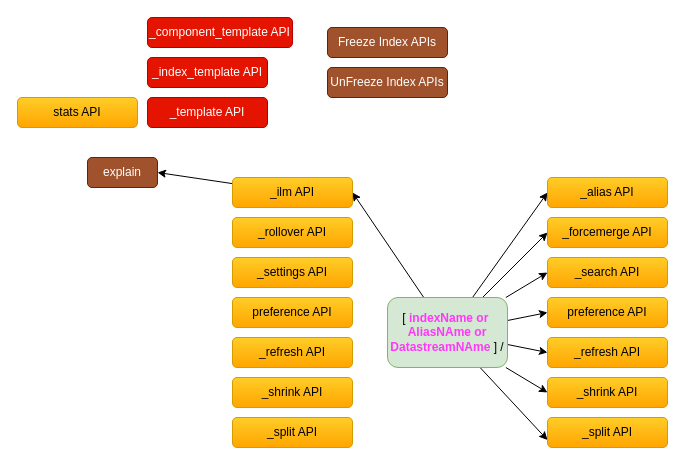
This is page "Index APIs" (1 of 5) of My Articles/elastic stack/ES REST APIs.drawio from paramothers/books, a draw.io file, before an edit. Source tidied: cells renumbered, new cells numbered last; positions are measured from the earlier drawing's top-left corner, leaving out a move shared by most shapes. Both pictures are drawn from the tidied source at 100%, with x=0, y=0 at pixel (17, 17).
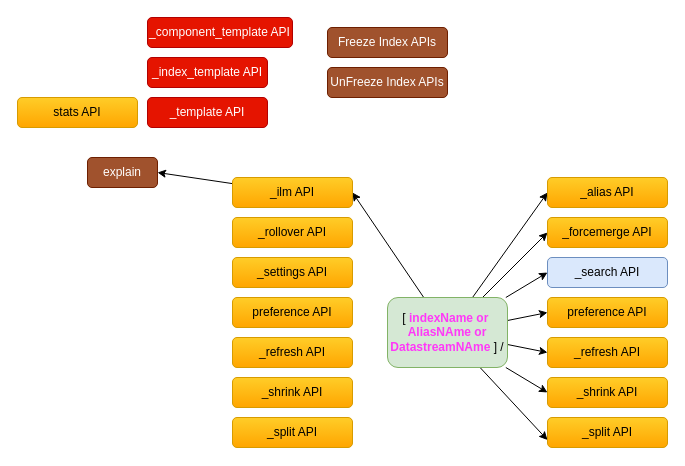
After the change.

What changed in the source:
```diff
@@
-    <mxCell id="16" value="_search API" style="rounded=1;whiteSpace=wrap;html=1;gradientColor=#ffa500;fillColor=#ffcd28;strokeColor=#d79b00;" parent="1" vertex="1">
+    <mxCell id="16" value="_search API" style="rounded=1;whiteSpace=wrap;html=1;fillColor=#dae8fc;strokeColor=#6c8ebf;" parent="1" vertex="1">
       <mxGeometry x="530" y="240" width="120" height="30" as="geometry" />
     </mxCell>
```
